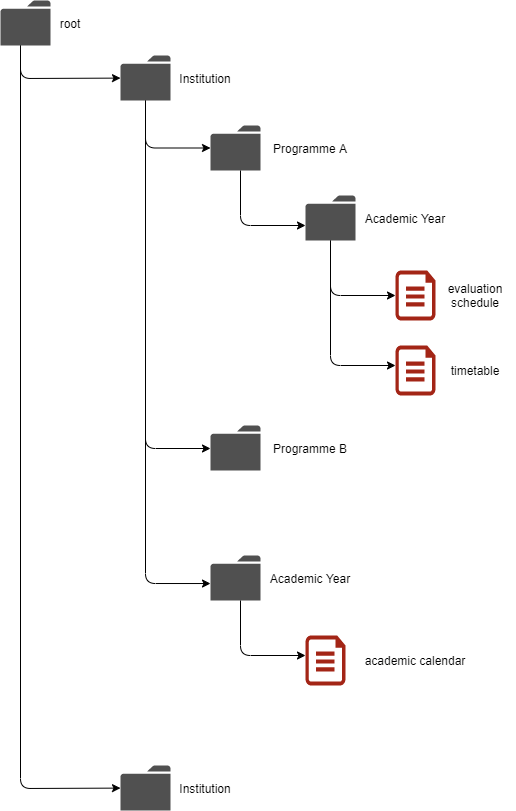
Earlier version of the draw.io export img/I-On_Integration-Data_Structure.png (i-on-project/integration-data). Source tidied: cells renumbered, new cells last; positions are measured from the earlier drawing's top-left corner, leaving out a move shared by most shapes. Its diagram source:
```xml
<mxGraphModel>
  <root>
    <mxCell id="0" />
    <mxCell id="1" parent="0" />
    <mxCell id="2" style="shadow=0;dashed=0;html=1;strokeColor=none;fillColor=#505050;labelPosition=center;verticalLabelPosition=bottom;verticalAlign=top;outlineConnect=0;align=center;shape=mxgraph.office.concepts.folder;" parent="1" vertex="1">
      <mxGeometry x="120" y="55" width="50" height="45" as="geometry" />
    </mxCell>
    <mxCell id="3" value="Institution" style="text;html=1;strokeColor=none;fillColor=none;align=center;verticalAlign=middle;whiteSpace=wrap;rounded=0;" parent="1" vertex="1">
      <mxGeometry x="170" y="67.5" width="70" height="20" as="geometry" />
    </mxCell>
    <mxCell id="4" style="shadow=0;dashed=0;html=1;strokeColor=none;fillColor=#505050;labelPosition=center;verticalLabelPosition=bottom;verticalAlign=top;outlineConnect=0;align=center;shape=mxgraph.office.concepts.folder;" parent="1" vertex="1">
      <mxGeometry x="210" y="125" width="50" height="45" as="geometry" />
    </mxCell>
    <mxCell id="5" value="Programme A" style="text;html=1;strokeColor=none;fillColor=none;align=center;verticalAlign=middle;whiteSpace=wrap;rounded=0;" parent="1" vertex="1">
      <mxGeometry x="270" y="137.5" width="80" height="20" as="geometry" />
    </mxCell>
    <mxCell id="6" style="shadow=0;dashed=0;html=1;strokeColor=none;fillColor=#505050;labelPosition=center;verticalLabelPosition=bottom;verticalAlign=top;outlineConnect=0;align=center;shape=mxgraph.office.concepts.folder;" parent="1" vertex="1">
      <mxGeometry x="210" y="425" width="50" height="45" as="geometry" />
    </mxCell>
    <mxCell id="7" value="Programme B" style="text;html=1;strokeColor=none;fillColor=none;align=center;verticalAlign=middle;whiteSpace=wrap;rounded=0;" parent="1" vertex="1">
      <mxGeometry x="270" y="437.5" width="80" height="20" as="geometry" />
    </mxCell>
    <mxCell id="8" style="endArrow=classic;html=1;edgeStyle=orthogonalEdgeStyle;" parent="1" edge="1" source="2" target="6">
      <mxGeometry relative="1" as="geometry">
        <Array as="points">
          <mxPoint x="145" y="448" />
        </Array>
      </mxGeometry>
    </mxCell>
    <mxCell id="9" style="shadow=0;dashed=0;html=1;strokeColor=none;fillColor=#505050;labelPosition=center;verticalLabelPosition=bottom;verticalAlign=top;align=center;shape=mxgraph.office.concepts.folder;" parent="1" vertex="1">
      <mxGeometry width="50" height="45" as="geometry" />
    </mxCell>
    <mxCell id="10" value="root" style="text;html=1;strokeColor=none;fillColor=none;align=center;verticalAlign=middle;whiteSpace=wrap;rounded=0;" parent="1" vertex="1">
      <mxGeometry x="50" y="12.5" width="40" height="20" as="geometry" />
    </mxCell>
    <mxCell id="11" style="endArrow=classic;html=1;" parent="1" edge="1" target="2">
      <mxGeometry relative="1" as="geometry">
        <mxPoint x="20" y="45" as="sourcePoint" />
        <Array as="points">
          <mxPoint x="20" y="78" />
        </Array>
      </mxGeometry>
    </mxCell>
    <mxCell id="12" style="endArrow=classic;html=1;" parent="1" edge="1" target="13">
      <mxGeometry relative="1" as="geometry">
        <mxPoint x="20" y="45" as="sourcePoint" />
        <Array as="points">
          <mxPoint x="20" y="788" />
        </Array>
      </mxGeometry>
    </mxCell>
    <mxCell id="13" style="shadow=0;dashed=0;html=1;strokeColor=none;fillColor=#505050;labelPosition=center;verticalLabelPosition=bottom;verticalAlign=top;outlineConnect=0;align=center;shape=mxgraph.office.concepts.folder;" parent="1" vertex="1">
      <mxGeometry x="120" y="765" width="50" height="45" as="geometry" />
    </mxCell>
    <mxCell id="14" value="Institution" style="text;html=1;strokeColor=none;fillColor=none;align=center;verticalAlign=middle;whiteSpace=wrap;rounded=0;" parent="1" vertex="1">
      <mxGeometry x="170" y="777.5" width="70" height="20" as="geometry" />
    </mxCell>
    <mxCell id="15" style="group;" parent="1" vertex="1">
      <mxGeometry x="395" y="270" width="120" height="50" as="geometry" />
    </mxCell>
    <mxCell id="16" style="verticalLabelPosition=bottom;html=1;verticalAlign=top;align=center;strokeColor=none;shape=mxgraph.azure.cloud_services_configuration_file;fillColor=#A32516;" parent="15" vertex="1">
      <mxGeometry width="40" height="50" as="geometry" />
    </mxCell>
    <mxCell id="17" value="evaluation schedule" style="text;html=1;strokeColor=none;fillColor=none;align=center;verticalAlign=middle;whiteSpace=wrap;rounded=0;" parent="15" vertex="1">
      <mxGeometry x="40" y="15" width="80" height="20" as="geometry" />
    </mxCell>
    <mxCell id="18" style="endArrow=classic;html=1;" parent="1" edge="1">
      <mxGeometry relative="1" as="geometry">
        <mxPoint x="240" y="170" as="sourcePoint" />
        <mxPoint x="305" y="225" as="targetPoint" />
        <Array as="points">
          <mxPoint x="240" y="225" />
        </Array>
      </mxGeometry>
    </mxCell>
    <mxCell id="19" style="group;" parent="1" vertex="1">
      <mxGeometry x="395" y="345" width="120" height="50" as="geometry" />
    </mxCell>
    <mxCell id="20" style="verticalLabelPosition=bottom;html=1;verticalAlign=top;align=center;strokeColor=none;shape=mxgraph.azure.cloud_services_configuration_file;fillColor=#A32516;" parent="19" vertex="1">
      <mxGeometry width="40" height="50" as="geometry" />
    </mxCell>
    <mxCell id="21" value="timetable" style="text;html=1;strokeColor=none;fillColor=none;align=center;verticalAlign=middle;whiteSpace=wrap;rounded=0;" parent="19" vertex="1">
      <mxGeometry x="40" y="15" width="80" height="20" as="geometry" />
    </mxCell>
    <mxCell id="22" style="endArrow=classic;html=1;" parent="1" edge="1">
      <mxGeometry relative="1" as="geometry">
        <mxPoint x="330" y="240" as="sourcePoint" />
        <mxPoint x="395" y="365" as="targetPoint" />
        <Array as="points">
          <mxPoint x="330" y="365" />
        </Array>
      </mxGeometry>
    </mxCell>
    <mxCell id="23" style="endArrow=classic;html=1;edgeStyle=elbowEdgeStyle;" parent="1" edge="1" source="2" target="4">
      <mxGeometry relative="1" as="geometry">
        <Array as="points">
          <mxPoint x="145" y="115" />
          <mxPoint x="145" y="125" />
          <mxPoint x="150" y="115" />
        </Array>
      </mxGeometry>
    </mxCell>
    <mxCell id="24" style="shadow=0;dashed=0;html=1;strokeColor=none;fillColor=#505050;labelPosition=center;verticalLabelPosition=bottom;verticalAlign=top;align=center;shape=mxgraph.office.concepts.folder;" parent="1" vertex="1">
      <mxGeometry x="210" y="555" width="50" height="45" as="geometry" />
    </mxCell>
    <mxCell id="25" value="Academic Year" style="text;html=1;strokeColor=none;fillColor=none;align=center;verticalAlign=middle;whiteSpace=wrap;rounded=0;" parent="1" vertex="1">
      <mxGeometry x="265" y="567.5" width="90" height="20" as="geometry" />
    </mxCell>
    <mxCell id="26" style="group;" parent="1" vertex="1">
      <mxGeometry x="305" y="635" width="150" height="50" as="geometry" />
    </mxCell>
    <mxCell id="27" style="verticalLabelPosition=bottom;html=1;verticalAlign=top;align=center;strokeColor=none;shape=mxgraph.azure.cloud_services_configuration_file;fillColor=#A32516;" parent="26" vertex="1">
      <mxGeometry width="40" height="50" as="geometry" />
    </mxCell>
    <mxCell id="28" value="academic calendar" style="text;html=1;strokeColor=none;fillColor=none;align=center;verticalAlign=middle;whiteSpace=wrap;rounded=0;" parent="26" vertex="1">
      <mxGeometry x="55" y="15" width="110" height="20" as="geometry" />
    </mxCell>
    <mxCell id="29" style="endArrow=classic;html=1;edgeStyle=orthogonalEdgeStyle;" parent="1" edge="1">
      <mxGeometry relative="1" as="geometry">
        <mxPoint x="145" y="235" as="sourcePoint" />
        <mxPoint x="210" y="583" as="targetPoint" />
        <Array as="points">
          <mxPoint x="145" y="583" />
        </Array>
      </mxGeometry>
    </mxCell>
    <mxCell id="30" style="endArrow=classic;html=1;" parent="1" edge="1">
      <mxGeometry relative="1" as="geometry">
        <mxPoint x="240" y="600" as="sourcePoint" />
        <mxPoint x="305" y="655" as="targetPoint" />
        <Array as="points">
          <mxPoint x="240" y="655" />
        </Array>
      </mxGeometry>
    </mxCell>
    <mxCell id="31" style="shadow=0;dashed=0;html=1;strokeColor=none;fillColor=#505050;labelPosition=center;verticalLabelPosition=bottom;verticalAlign=top;align=center;shape=mxgraph.office.concepts.folder;" parent="1" vertex="1">
      <mxGeometry x="305" y="195" width="50" height="45" as="geometry" />
    </mxCell>
    <mxCell id="32" value="Academic Year" style="text;html=1;strokeColor=none;fillColor=none;align=center;verticalAlign=middle;whiteSpace=wrap;rounded=0;" parent="1" vertex="1">
      <mxGeometry x="360" y="207.5" width="90" height="20" as="geometry" />
    </mxCell>
    <mxCell id="33" style="endArrow=classic;html=1;" parent="1" edge="1">
      <mxGeometry relative="1" as="geometry">
        <mxPoint x="330" y="240" as="sourcePoint" />
        <mxPoint x="395" y="295" as="targetPoint" />
        <Array as="points">
          <mxPoint x="330" y="295" />
        </Array>
      </mxGeometry>
    </mxCell>
  </root>
</mxGraphModel>
```
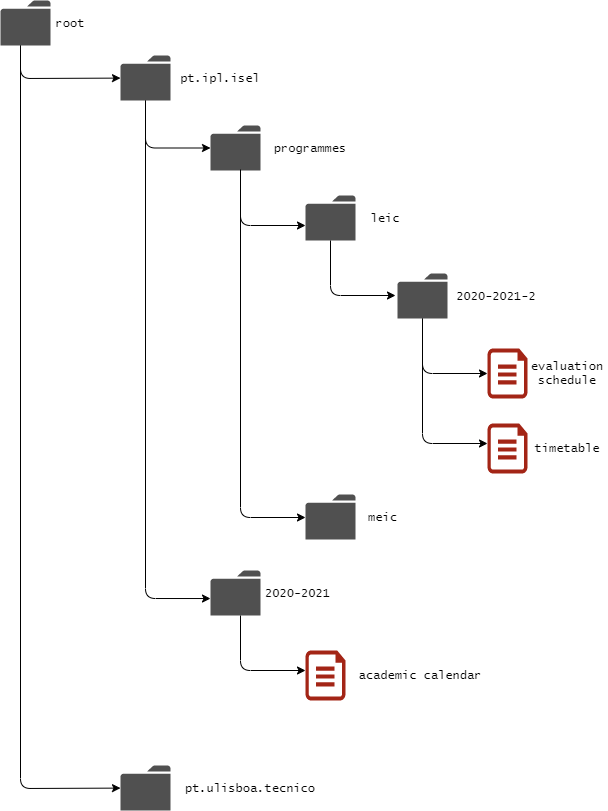
Later version of the same file.

Commit message:
Updated image after the revision of the structure and updated readme.md

What changed in the source:
```diff
@@ -5,32 +5,33 @@
     <mxCell id="2" style="shadow=0;dashed=0;html=1;strokeColor=none;fillColor=#505050;labelPosition=center;verticalLabelPosition=bottom;verticalAlign=top;outlineConnect=0;align=center;shape=mxgraph.office.concepts.folder;" parent="1" vertex="1">
       <mxGeometry x="120" y="55" width="50" height="45" as="geometry" />
     </mxCell>
-    <mxCell id="3" value="Institution" style="text;html=1;strokeColor=none;fillColor=none;align=center;verticalAlign=middle;whiteSpace=wrap;rounded=0;" parent="1" vertex="1">
-      <mxGeometry x="170" y="67.5" width="70" height="20" as="geometry" />
+    <mxCell id="3" value="&lt;font face=&quot;Lucida Console&quot;&gt;pt.ipl.isel&lt;/font&gt;" style="text;html=1;strokeColor=none;fillColor=none;align=center;verticalAlign=middle;whiteSpace=wrap;rounded=0;" parent="1" vertex="1">
+      <mxGeometry x="170" y="67.5" width="100" height="20" as="geometry" />
     </mxCell>
     <mxCell id="4" style="shadow=0;dashed=0;html=1;strokeColor=none;fillColor=#505050;labelPosition=center;verticalLabelPosition=bottom;verticalAlign=top;outlineConnect=0;align=center;shape=mxgraph.office.concepts.folder;" parent="1" vertex="1">
       <mxGeometry x="210" y="125" width="50" height="45" as="geometry" />
     </mxCell>
-    <mxCell id="5" value="Programme A" style="text;html=1;strokeColor=none;fillColor=none;align=center;verticalAlign=middle;whiteSpace=wrap;rounded=0;" parent="1" vertex="1">
+    <mxCell id="5" value="&lt;font face=&quot;Lucida Console&quot;&gt;programmes&lt;/font&gt;" style="text;html=1;strokeColor=none;fillColor=none;align=center;verticalAlign=middle;whiteSpace=wrap;rounded=0;" parent="1" vertex="1">
       <mxGeometry x="270" y="137.5" width="80" height="20" as="geometry" />
     </mxCell>
     <mxCell id="6" style="shadow=0;dashed=0;html=1;strokeColor=none;fillColor=#505050;labelPosition=center;verticalLabelPosition=bottom;verticalAlign=top;outlineConnect=0;align=center;shape=mxgraph.office.concepts.folder;" parent="1" vertex="1">
-      <mxGeometry x="210" y="425" width="50" height="45" as="geometry" />
+      <mxGeometry x="305" y="494" width="50" height="45" as="geometry" />
     </mxCell>
-    <mxCell id="7" value="Programme B" style="text;html=1;strokeColor=none;fillColor=none;align=center;verticalAlign=middle;whiteSpace=wrap;rounded=0;" parent="1" vertex="1">
-      <mxGeometry x="270" y="437.5" width="80" height="20" as="geometry" />
+    <mxCell id="7" value="meic" style="text;html=1;strokeColor=none;fillColor=none;align=center;verticalAlign=middle;whiteSpace=wrap;rounded=0;fontFamily=Lucida Console;" parent="1" vertex="1">
+      <mxGeometry x="365" y="506.5" width="35" height="20" as="geometry" />
     </mxCell>
-    <mxCell id="8" style="endArrow=classic;html=1;edgeStyle=orthogonalEdgeStyle;" parent="1" edge="1" source="2" target="6">
+    <mxCell id="8" style="endArrow=classic;html=1;edgeStyle=orthogonalEdgeStyle;" parent="1" edge="1" target="6">
       <mxGeometry relative="1" as="geometry">
+        <mxPoint x="240" y="169" as="sourcePoint" />
         <Array as="points">
-          <mxPoint x="145" y="448" />
+          <mxPoint x="240" y="517" />
         </Array>
       </mxGeometry>
     </mxCell>
     <mxCell id="9" style="shadow=0;dashed=0;html=1;strokeColor=none;fillColor=#505050;labelPosition=center;verticalLabelPosition=bottom;verticalAlign=top;align=center;shape=mxgraph.office.concepts.folder;" parent="1" vertex="1">
       <mxGeometry width="50" height="45" as="geometry" />
     </mxCell>
-    <mxCell id="10" value="root" style="text;html=1;strokeColor=none;fillColor=none;align=center;verticalAlign=middle;whiteSpace=wrap;rounded=0;" parent="1" vertex="1">
+    <mxCell id="10" value="&lt;font face=&quot;Lucida Console&quot;&gt;root&lt;/font&gt;" style="text;html=1;strokeColor=none;fillColor=none;align=center;verticalAlign=middle;whiteSpace=wrap;rounded=0;" parent="1" vertex="1">
       <mxGeometry x="50" y="12.5" width="40" height="20" as="geometry" />
     </mxCell>
     <mxCell id="11" style="endArrow=classic;html=1;" parent="1" edge="1" target="2">
@@ -52,18 +53,9 @@
     <mxCell id="13" style="shadow=0;dashed=0;html=1;strokeColor=none;fillColor=#505050;labelPosition=center;verticalLabelPosition=bottom;verticalAlign=top;outlineConnect=0;align=center;shape=mxgraph.office.concepts.folder;" parent="1" vertex="1">
       <mxGeometry x="120" y="765" width="50" height="45" as="geometry" />
     </mxCell>
-    <mxCell id="14" value="Institution" style="text;html=1;strokeColor=none;fillColor=none;align=center;verticalAlign=middle;whiteSpace=wrap;rounded=0;" parent="1" vertex="1">
-      <mxGeometry x="170" y="777.5" width="70" height="20" as="geometry" />
+    <mxCell id="14" value="&lt;font face=&quot;lucida console&quot;&gt;pt.ulisboa.tecnico&lt;/font&gt;" style="text;html=1;strokeColor=none;fillColor=none;align=center;verticalAlign=middle;whiteSpace=wrap;rounded=0;" parent="1" vertex="1">
+      <mxGeometry x="180" y="776.2" width="140" height="22.5" as="geometry" />
     </mxCell>
-    <mxCell id="15" style="group;" parent="1" vertex="1">
-      <mxGeometry x="395" y="270" width="120" height="50" as="geometry" />
-    </mxCell>
-    <mxCell id="16" style="verticalLabelPosition=bottom;html=1;verticalAlign=top;align=center;strokeColor=none;shape=mxgraph.azure.cloud_services_configuration_file;fillColor=#A32516;" parent="15" vertex="1">
-      <mxGeometry width="40" height="50" as="geometry" />
-    </mxCell>
-    <mxCell id="17" value="evaluation schedule" style="text;html=1;strokeColor=none;fillColor=none;align=center;verticalAlign=middle;whiteSpace=wrap;rounded=0;" parent="15" vertex="1">
-      <mxGeometry x="40" y="15" width="80" height="20" as="geometry" />
-    </mxCell>
     <mxCell id="18" style="endArrow=classic;html=1;" parent="1" edge="1">
       <mxGeometry relative="1" as="geometry">
         <mxPoint x="240" y="170" as="sourcePoint" />
@@ -73,24 +65,6 @@
         </Array>
       </mxGeometry>
     </mxCell>
-    <mxCell id="19" style="group;" parent="1" vertex="1">
-      <mxGeometry x="395" y="345" width="120" height="50" as="geometry" />
-    </mxCell>
-    <mxCell id="20" style="verticalLabelPosition=bottom;html=1;verticalAlign=top;align=center;strokeColor=none;shape=mxgraph.azure.cloud_services_configuration_file;fillColor=#A32516;" parent="19" vertex="1">
-      <mxGeometry width="40" height="50" as="geometry" />
-    </mxCell>
-    <mxCell id="21" value="timetable" style="text;html=1;strokeColor=none;fillColor=none;align=center;verticalAlign=middle;whiteSpace=wrap;rounded=0;" parent="19" vertex="1">
-      <mxGeometry x="40" y="15" width="80" height="20" as="geometry" />
-    </mxCell>
-    <mxCell id="22" style="endArrow=classic;html=1;" parent="1" edge="1">
-      <mxGeometry relative="1" as="geometry">
-        <mxPoint x="330" y="240" as="sourcePoint" />
-        <mxPoint x="395" y="365" as="targetPoint" />
-        <Array as="points">
-          <mxPoint x="330" y="365" />
-        </Array>
-      </mxGeometry>
-    </mxCell>
     <mxCell id="23" style="endArrow=classic;html=1;edgeStyle=elbowEdgeStyle;" parent="1" edge="1" source="2" target="4">
       <mxGeometry relative="1" as="geometry">
         <Array as="points">
@@ -101,43 +75,42 @@
       </mxGeometry>
     </mxCell>
     <mxCell id="24" style="shadow=0;dashed=0;html=1;strokeColor=none;fillColor=#505050;labelPosition=center;verticalLabelPosition=bottom;verticalAlign=top;align=center;shape=mxgraph.office.concepts.folder;" parent="1" vertex="1">
-      <mxGeometry x="210" y="555" width="50" height="45" as="geometry" />
+      <mxGeometry x="210" y="570" width="50" height="45" as="geometry" />
     </mxCell>
-    <mxCell id="25" value="Academic Year" style="text;html=1;strokeColor=none;fillColor=none;align=center;verticalAlign=middle;whiteSpace=wrap;rounded=0;" parent="1" vertex="1">
-      <mxGeometry x="265" y="567.5" width="90" height="20" as="geometry" />
+    <mxCell id="25" value="2020-2021" style="text;html=1;strokeColor=none;fillColor=none;align=center;verticalAlign=middle;whiteSpace=wrap;rounded=0;fontFamily=Lucida Console;" parent="1" vertex="1">
+      <mxGeometry x="260" y="582.5" width="75" height="20" as="geometry" />
     </mxCell>
     <mxCell id="26" style="group;" parent="1" vertex="1">
-      <mxGeometry x="305" y="635" width="150" height="50" as="geometry" />
+      <mxGeometry x="305" y="650" width="180" height="50" as="geometry" />
     </mxCell>
     <mxCell id="27" style="verticalLabelPosition=bottom;html=1;verticalAlign=top;align=center;strokeColor=none;shape=mxgraph.azure.cloud_services_configuration_file;fillColor=#A32516;" parent="26" vertex="1">
       <mxGeometry width="40" height="50" as="geometry" />
     </mxCell>
-    <mxCell id="28" value="academic calendar" style="text;html=1;strokeColor=none;fillColor=none;align=center;verticalAlign=middle;whiteSpace=wrap;rounded=0;" parent="26" vertex="1">
-      <mxGeometry x="55" y="15" width="110" height="20" as="geometry" />
+    <mxCell id="28" value="academic calendar" style="text;html=1;strokeColor=none;fillColor=none;align=center;verticalAlign=middle;whiteSpace=wrap;rounded=0;fontFamily=Lucida Console;" parent="26" vertex="1">
+      <mxGeometry x="50" y="15" width="130" height="20" as="geometry" />
     </mxCell>
-    <mxCell id="29" style="endArrow=classic;html=1;edgeStyle=orthogonalEdgeStyle;" parent="1" edge="1">
+    <mxCell id="29" style="endArrow=classic;html=1;edgeStyle=orthogonalEdgeStyle;" parent="1" edge="1" source="2">
       <mxGeometry relative="1" as="geometry">
-        <mxPoint x="145" y="235" as="sourcePoint" />
-        <mxPoint x="210" y="583" as="targetPoint" />
+        <mxPoint x="210" y="598" as="targetPoint" />
         <Array as="points">
-          <mxPoint x="145" y="583" />
+          <mxPoint x="145" y="598" />
         </Array>
       </mxGeometry>
     </mxCell>
     <mxCell id="30" style="endArrow=classic;html=1;" parent="1" edge="1">
       <mxGeometry relative="1" as="geometry">
-        <mxPoint x="240" y="600" as="sourcePoint" />
-        <mxPoint x="305" y="655" as="targetPoint" />
+        <mxPoint x="240" y="615" as="sourcePoint" />
+        <mxPoint x="305" y="670" as="targetPoint" />
         <Array as="points">
-          <mxPoint x="240" y="655" />
+          <mxPoint x="240" y="670" />
         </Array>
       </mxGeometry>
     </mxCell>
     <mxCell id="31" style="shadow=0;dashed=0;html=1;strokeColor=none;fillColor=#505050;labelPosition=center;verticalLabelPosition=bottom;verticalAlign=top;align=center;shape=mxgraph.office.concepts.folder;" parent="1" vertex="1">
       <mxGeometry x="305" y="195" width="50" height="45" as="geometry" />
     </mxCell>
-    <mxCell id="32" value="Academic Year" style="text;html=1;strokeColor=none;fillColor=none;align=center;verticalAlign=middle;whiteSpace=wrap;rounded=0;" parent="1" vertex="1">
-      <mxGeometry x="360" y="207.5" width="90" height="20" as="geometry" />
+    <mxCell id="32" value="&lt;font face=&quot;Lucida Console&quot;&gt;leic&lt;/font&gt;" style="text;html=1;strokeColor=none;fillColor=none;align=center;verticalAlign=middle;whiteSpace=wrap;rounded=0;" parent="1" vertex="1">
+      <mxGeometry x="360" y="207.5" width="50" height="20" as="geometry" />
     </mxCell>
     <mxCell id="33" style="endArrow=classic;html=1;" parent="1" edge="1">
       <mxGeometry relative="1" as="geometry">
@@ -148,5 +121,47 @@
         </Array>
       </mxGeometry>
     </mxCell>
+    <mxCell id="34" style="group;" parent="1" vertex="1">
+      <mxGeometry x="487" y="348" width="120" height="50" as="geometry" />
+    </mxCell>
+    <mxCell id="35" style="verticalLabelPosition=bottom;html=1;verticalAlign=top;align=center;strokeColor=none;shape=mxgraph.azure.cloud_services_configuration_file;fillColor=#A32516;" parent="34" vertex="1">
+      <mxGeometry width="40" height="50" as="geometry" />
+    </mxCell>
+    <mxCell id="17" value="evaluation schedule" style="text;html=1;strokeColor=none;fillColor=none;align=center;verticalAlign=middle;whiteSpace=wrap;rounded=0;fontFamily=Lucida Console;" parent="34" vertex="1">
+      <mxGeometry x="40" y="15" width="80" height="20" as="geometry" />
+    </mxCell>
+    <mxCell id="36" style="group;fontFamily=Lucida Console;" parent="1" vertex="1">
+      <mxGeometry x="487" y="423" width="120" height="50" as="geometry" />
+    </mxCell>
+    <mxCell id="37" style="verticalLabelPosition=bottom;html=1;verticalAlign=top;align=center;strokeColor=none;shape=mxgraph.azure.cloud_services_configuration_file;fillColor=#A32516;" parent="36" vertex="1">
+      <mxGeometry width="40" height="50" as="geometry" />
+    </mxCell>
+    <mxCell id="21" value="timetable" style="text;html=1;strokeColor=none;fillColor=none;align=center;verticalAlign=middle;whiteSpace=wrap;rounded=0;fontFamily=Lucida Console;" parent="36" vertex="1">
+      <mxGeometry x="40" y="15" width="80" height="20" as="geometry" />
+    </mxCell>
+    <mxCell id="38" style="endArrow=classic;html=1;" parent="1" edge="1">
+      <mxGeometry relative="1" as="geometry">
+        <mxPoint x="422" y="318" as="sourcePoint" />
+        <mxPoint x="487" y="443" as="targetPoint" />
+        <Array as="points">
+          <mxPoint x="422" y="443" />
+        </Array>
+      </mxGeometry>
+    </mxCell>
+    <mxCell id="39" style="shadow=0;dashed=0;html=1;strokeColor=none;fillColor=#505050;labelPosition=center;verticalLabelPosition=bottom;verticalAlign=top;align=center;shape=mxgraph.office.concepts.folder;" parent="1" vertex="1">
+      <mxGeometry x="397" y="273" width="50" height="45" as="geometry" />
+    </mxCell>
+    <mxCell id="40" value="&lt;font face=&quot;Lucida Console&quot;&gt;2020-2021-2&lt;/font&gt;" style="text;html=1;strokeColor=none;fillColor=none;align=center;verticalAlign=middle;whiteSpace=wrap;rounded=0;" parent="1" vertex="1">
+      <mxGeometry x="432" y="285.5" width="128" height="20" as="geometry" />
+    </mxCell>
+    <mxCell id="41" style="endArrow=classic;html=1;" parent="1" edge="1">
+      <mxGeometry relative="1" as="geometry">
+        <mxPoint x="422" y="318" as="sourcePoint" />
+        <mxPoint x="487" y="373" as="targetPoint" />
+        <Array as="points">
+          <mxPoint x="422" y="373" />
+        </Array>
+      </mxGeometry>
+    </mxCell>
   </root>
 </mxGraphModel>
```
